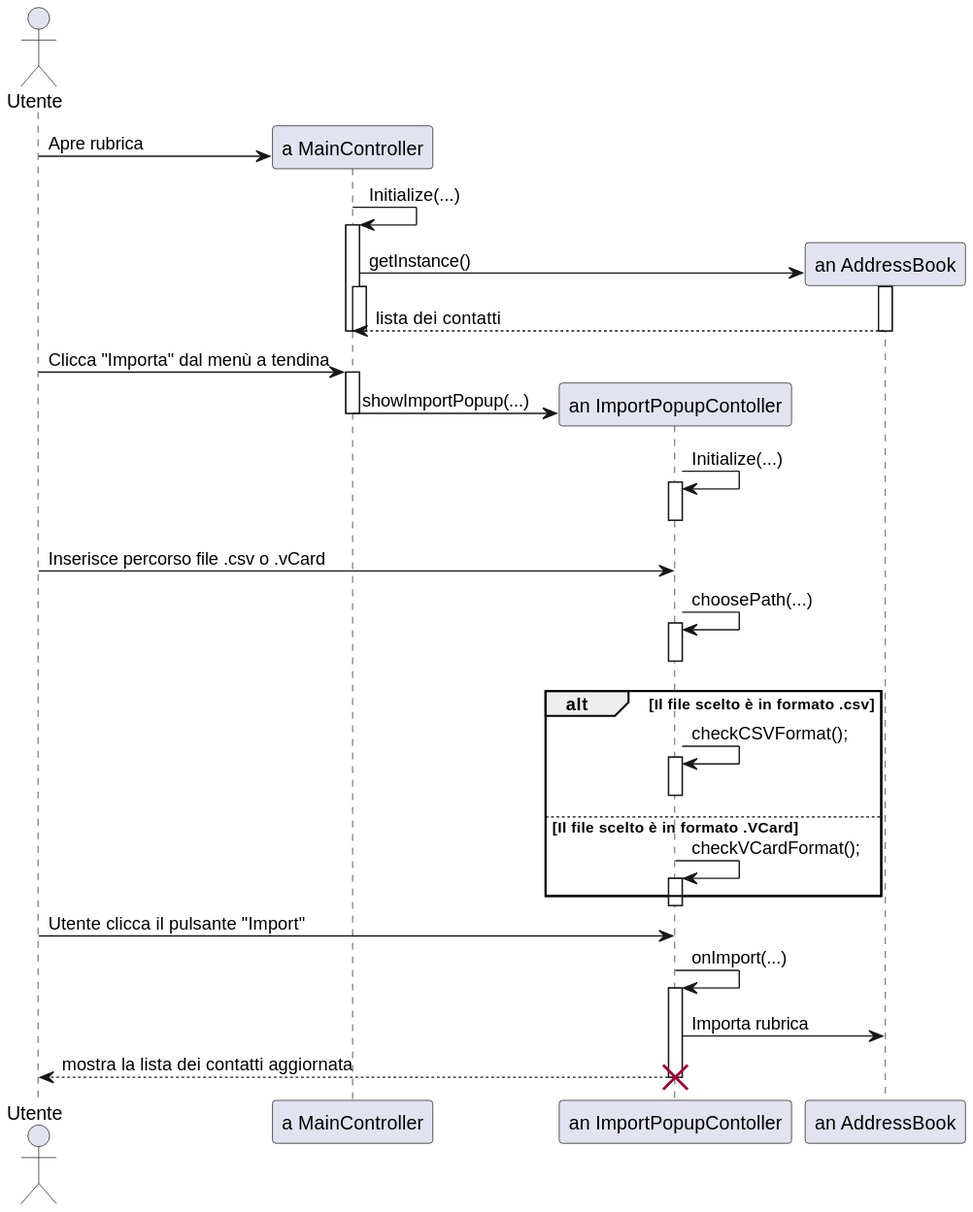
savaava/ProgettoRubrica keeps this PlantUML diagram as documenti/diagrammi di sequenza/svg/diagrammaSequenzaC5ImportareRubrica.svg. Above is the earlier version.
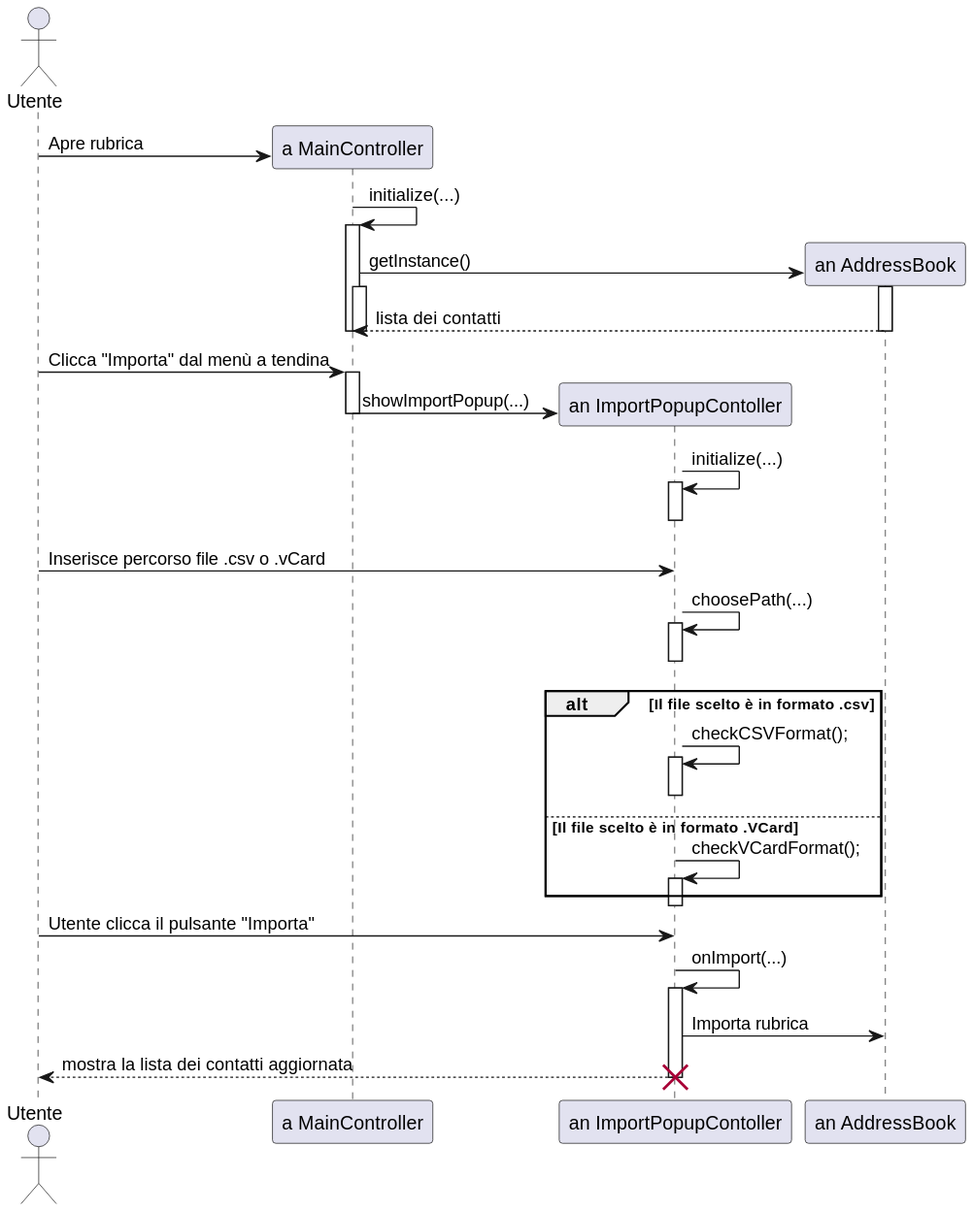
Later version of the same file.

The edit, as a diff of the source:
```diff
@@ -5,7 +5,7 @@
 participant "an AddressBook" as ab
 
 u -> mc ** : Apre rubrica
-mc -> mc : Initialize(...)
+mc -> mc : initialize(...)
 activate mc
 
 mc -> ab ** : getInstance()
@@ -20,7 +20,7 @@
 activate mc
 mc -> ipc ** : showImportPopup(...)
 deactivate mc
-ipc -> ipc : Initialize(...)
+ipc -> ipc : initialize(...)
 activate ipc
 deactivate ipc
 u -> ipc : Inserisce percorso file .csv o .vCard
@@ -37,7 +37,7 @@
 
 end
 deactivate ipc
-u -> ipc : Utente clicca il pulsante "Import"
+u -> ipc : Utente clicca il pulsante "Importa"
 ipc -> ipc : onImport(...)
 activate ipc
 ipc -> ab : Importa rubrica
```
